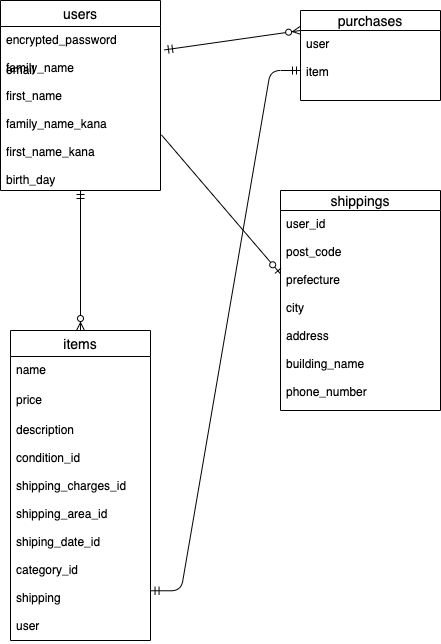
The draw.io diagram test..drawio.png in hirokuni-k/furima-33964, before a commit. Source tidied: cells renumbered, new cells last; positions are measured from the earlier drawing's top-left corner, leaving out a move shared by most shapes.
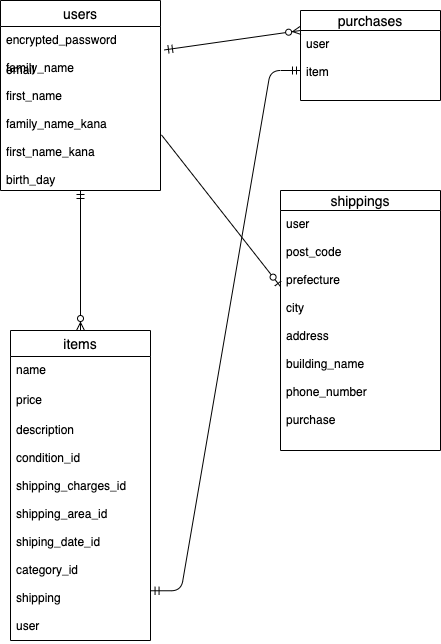
After the change.

Diff of the diagram source:
```diff
@@ -24,10 +24,10 @@
       <mxGeometry y="26" width="160" height="164" as="geometry" />
     </mxCell>
     <mxCell id="9" value="shippings" style="swimlane;fontStyle=0;horizontal=1;startSize=20;align=center;fontSize=14;" parent="1" vertex="1">
-      <mxGeometry x="280" y="190" width="160" height="220" as="geometry" />
+      <mxGeometry x="280" y="190" width="160" height="260" as="geometry" />
     </mxCell>
-    <mxCell id="10" value="user_id&#10;&#10;post_code&#10;&#10;prefecture&#10;&#10;city&#10;&#10;address&#10;&#10;building_name&#10;&#10;phone_number" style="text;strokeColor=none;fillColor=none;spacingLeft=4;spacingRight=4;overflow=hidden;points=[[0,0.5],[1,0.5]];portConstraint=eastwest;fontSize=12;" parent="9" vertex="1">
-      <mxGeometry y="20" width="160" height="200" as="geometry" />
+    <mxCell id="10" value="user&#10;&#10;post_code&#10;&#10;prefecture&#10;&#10;city&#10;&#10;address&#10;&#10;building_name&#10;&#10;phone_number&#10;&#10;purchase" style="text;strokeColor=none;fillColor=none;spacingLeft=4;spacingRight=4;overflow=hidden;points=[[0,0.5],[1,0.5]];portConstraint=eastwest;fontSize=12;" parent="9" vertex="1">
+      <mxGeometry y="20" width="160" height="240" as="geometry" />
     </mxCell>
     <mxCell id="11" value="user&#10;&#10;item&#10;" style="text;strokeColor=none;fillColor=none;spacingLeft=4;spacingRight=4;overflow=hidden;points=[[0,0.5],[1,0.5]];portConstraint=eastwest;fontSize=12;" parent="1" vertex="1">
       <mxGeometry x="300" y="30" width="140" height="80" as="geometry" />
```
